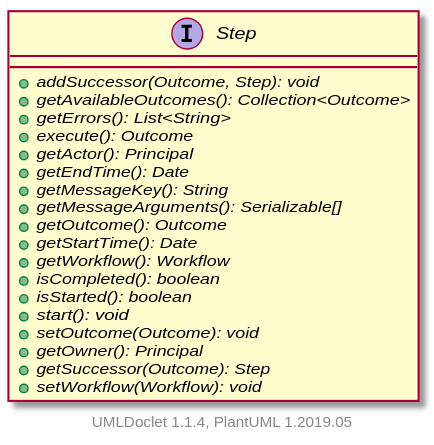
This is apidocs/2.11.0.M7-SNAPSHOT/org/apache/wiki/workflow/Step.svg from apache/jspwiki-site, a PlantUML export, as it was before one commit.
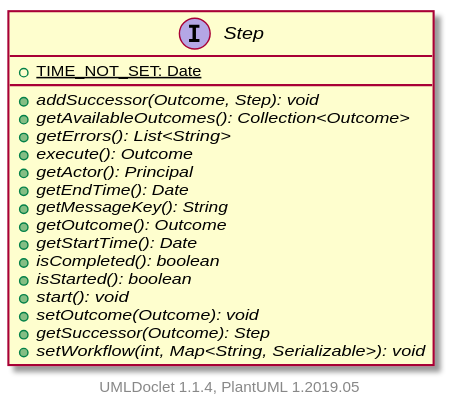
After the change.

The edit, as a diff of the source:
```diff
@@ -1,6 +1,7 @@
 @startuml
 
     interface Step [[Step.html]] {
+        {static} +TIME_NOT_SET: Date
         {abstract} +addSuccessor(Outcome, Step): void
         {abstract} +getAvailableOutcomes(): Collection<Outcome>
         {abstract} +getErrors(): List<String>
@@ -8,17 +9,14 @@
         {abstract} +getActor(): Principal
         {abstract} +getEndTime(): Date
         {abstract} +getMessageKey(): String
-        {abstract} +getMessageArguments(): Serializable[]
         {abstract} +getOutcome(): Outcome
         {abstract} +getStartTime(): Date
-        {abstract} +getWorkflow(): Workflow
         {abstract} +isCompleted(): boolean
         {abstract} +isStarted(): boolean
         {abstract} +start(): void
         {abstract} +setOutcome(Outcome): void
-        {abstract} +getOwner(): Principal
         {abstract} +getSuccessor(Outcome): Step
-        {abstract} +setWorkflow(Workflow): void
+        {abstract} +setWorkflow(int, Map<String, Serializable>): void
     }
 
 
```
